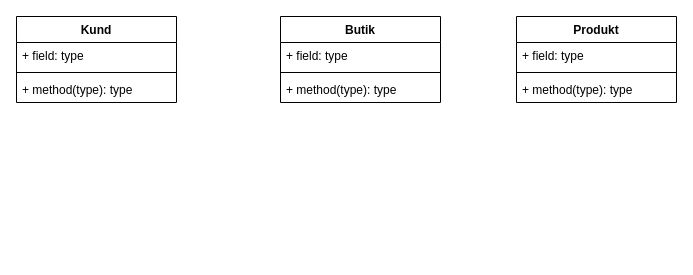
This is Labb2.drawio from pinkros/Labb2, a draw.io file, before an edit. Source tidied: cells renumbered, new cells numbered last; positions are measured from the earlier drawing's top-left corner, leaving out a move shared by most shapes. Both pictures are drawn from the tidied source at 100%, with x=0, y=0 at pixel (16, 16).
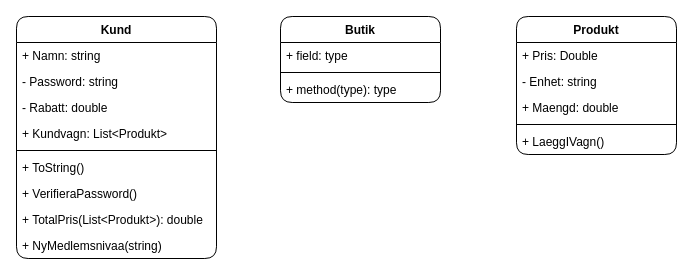
The same diagram, later.

Diff of the diagram source:
```diff
@@
-    <mxCell id="2" value="Butik" style="swimlane;fontStyle=1;align=center;verticalAlign=top;horizontal=1;startSize=26;" parent="1" vertex="1">
+    <mxCell id="2" value="Butik" style="swimlane;fontStyle=1;align=center;verticalAlign=top;horizontal=1;startSize=26;rounded=1;" parent="1" vertex="1">
       <mxGeometry x="264" width="160" height="86" as="geometry" />
     </mxCell>
-    <mxCell id="3" value="+ field: type" style="text;strokeColor=none;fillColor=none;align=left;verticalAlign=top;spacingLeft=4;spacingRight=4;overflow=hidden;" parent="2" vertex="1">
+    <mxCell id="3" value="+ field: type" style="text;strokeColor=none;fillColor=none;align=left;verticalAlign=top;spacingLeft=4;spacingRight=4;overflow=hidden;rounded=1;" parent="2" vertex="1">
       <mxGeometry y="26" width="160" height="26" as="geometry" />
     </mxCell>
-    <mxCell id="4" style="line;strokeWidth=1;fillColor=none;align=left;verticalAlign=middle;spacingTop=-1;spacingLeft=3;spacingRight=3;labelPosition=right;strokeColor=inherit;" parent="2" vertex="1">
+    <mxCell id="4" style="line;strokeWidth=1;fillColor=none;align=left;verticalAlign=middle;spacingTop=-1;spacingLeft=3;spacingRight=3;labelPosition=right;strokeColor=inherit;rounded=1;" parent="2" vertex="1">
       <mxGeometry y="52" width="160" height="8" as="geometry" />
     </mxCell>
-    <mxCell id="5" value="+ method(type): type" style="text;strokeColor=none;fillColor=none;align=left;verticalAlign=top;spacingLeft=4;spacingRight=4;overflow=hidden;" parent="2" vertex="1">
+    <mxCell id="5" value="+ method(type): type" style="text;strokeColor=none;fillColor=none;align=left;verticalAlign=top;spacingLeft=4;spacingRight=4;overflow=hidden;rounded=1;" parent="2" vertex="1">
       <mxGeometry y="60" width="160" height="26" as="geometry" />
     </mxCell>
-    <mxCell id="6" value="Produkt" style="swimlane;fontStyle=1;align=center;verticalAlign=top;horizontal=1;startSize=26;" parent="1" vertex="1">
-      <mxGeometry x="500" width="160" height="86" as="geometry" />
+    <mxCell id="6" value="Produkt" style="swimlane;fontStyle=1;align=center;verticalAlign=top;horizontal=1;startSize=26;rounded=1;" parent="1" vertex="1">
+      <mxGeometry x="500" width="160" height="138" as="geometry" />
     </mxCell>
-    <mxCell id="7" value="+ field: type" style="text;strokeColor=none;fillColor=none;align=left;verticalAlign=top;spacingLeft=4;spacingRight=4;overflow=hidden;" parent="6" vertex="1">
+    <mxCell id="7" value="+ Pris: Double" style="text;strokeColor=none;fillColor=none;align=left;verticalAlign=top;spacingLeft=4;spacingRight=4;overflow=hidden;rounded=1;" parent="6" vertex="1">
       <mxGeometry y="26" width="160" height="26" as="geometry" />
     </mxCell>
+    <mxCell id="14" value="- Enhet: string" style="text;strokeColor=none;fillColor=none;align=left;verticalAlign=top;spacingLeft=4;spacingRight=4;overflow=hidden;rounded=1;" parent="6" vertex="1">
+      <mxGeometry y="52" width="160" height="26" as="geometry" />
+    </mxCell>
+    <mxCell id="15" value="+ Maengd: double" style="text;strokeColor=none;fillColor=none;align=left;verticalAlign=top;spacingLeft=4;spacingRight=4;overflow=hidden;rounded=1;" parent="6" vertex="1">
+      <mxGeometry y="78" width="160" height="26" as="geometry" />
+    </mxCell>
-    <mxCell id="8" style="line;strokeWidth=1;fillColor=none;align=left;verticalAlign=middle;spacingTop=-1;spacingLeft=3;spacingRight=3;labelPosition=right;strokeColor=inherit;" parent="6" vertex="1">
-      <mxGeometry y="52" width="160" height="8" as="geometry" />
+    <mxCell id="8" style="line;strokeWidth=1;fillColor=none;align=left;verticalAlign=middle;spacingTop=-1;spacingLeft=3;spacingRight=3;labelPosition=right;strokeColor=inherit;rounded=1;" parent="6" vertex="1">
+      <mxGeometry y="104" width="160" height="8" as="geometry" />
     </mxCell>
-    <mxCell id="9" value="+ method(type): type" style="text;strokeColor=none;fillColor=none;align=left;verticalAlign=top;spacingLeft=4;spacingRight=4;overflow=hidden;" parent="6" vertex="1">
-      <mxGeometry y="60" width="160" height="26" as="geometry" />
+    <mxCell id="9" value="+ LaeggIVagn()" style="text;strokeColor=none;fillColor=none;align=left;verticalAlign=top;spacingLeft=4;spacingRight=4;overflow=hidden;rounded=1;" parent="6" vertex="1">
+      <mxGeometry y="112" width="160" height="26" as="geometry" />
     </mxCell>
-    <mxCell id="10" value="Kund" style="swimlane;fontStyle=1;align=center;verticalAlign=top;horizontal=1;startSize=26;" parent="1" vertex="1">
-      <mxGeometry width="160" height="86" as="geometry" />
+    <mxCell id="10" value="Kund" style="swimlane;fontStyle=1;align=center;verticalAlign=top;horizontal=1;startSize=26;rounded=1;" parent="1" vertex="1">
+      <mxGeometry width="200" height="242" as="geometry" />
     </mxCell>
-    <mxCell id="11" value="+ field: type" style="text;strokeColor=none;fillColor=none;align=left;verticalAlign=top;spacingLeft=4;spacingRight=4;overflow=hidden;" parent="10" vertex="1">
-      <mxGeometry y="26" width="160" height="26" as="geometry" />
+    <mxCell id="11" value="+ Namn: string    " style="text;strokeColor=none;fillColor=none;align=left;verticalAlign=top;spacingLeft=4;spacingRight=4;overflow=hidden;rounded=1;" parent="10" vertex="1">
+      <mxGeometry y="26" width="200" height="26" as="geometry" />
     </mxCell>
+    <mxCell id="16" value="- Password: string" style="text;strokeColor=none;fillColor=none;align=left;verticalAlign=top;spacingLeft=4;spacingRight=4;overflow=hidden;rounded=1;" parent="10" vertex="1">
+      <mxGeometry y="52" width="200" height="26" as="geometry" />
+    </mxCell>
+    <mxCell id="17" value="- Rabatt: double    " style="text;strokeColor=none;fillColor=none;align=left;verticalAlign=top;spacingLeft=4;spacingRight=4;overflow=hidden;rounded=1;" parent="10" vertex="1">
+      <mxGeometry y="78" width="200" height="26" as="geometry" />
+    </mxCell>
+    <mxCell id="18" value="+ Kundvagn: List&lt;Produkt&gt;" style="text;strokeColor=none;fillColor=none;align=left;verticalAlign=top;spacingLeft=4;spacingRight=4;overflow=hidden;rounded=1;" parent="10" vertex="1">
+      <mxGeometry y="104" width="200" height="26" as="geometry" />
+    </mxCell>
-    <mxCell id="12" style="line;strokeWidth=1;fillColor=none;align=left;verticalAlign=middle;spacingTop=-1;spacingLeft=3;spacingRight=3;labelPosition=right;strokeColor=inherit;" parent="10" vertex="1">
-      <mxGeometry y="52" width="160" height="8" as="geometry" />
+    <mxCell id="12" style="line;strokeWidth=1;fillColor=none;align=left;verticalAlign=middle;spacingTop=-1;spacingLeft=3;spacingRight=3;labelPosition=right;strokeColor=inherit;rounded=1;" parent="10" vertex="1">
+      <mxGeometry y="130" width="200" height="8" as="geometry" />
     </mxCell>
-    <mxCell id="13" value="+ method(type): type" style="text;strokeColor=none;fillColor=none;align=left;verticalAlign=top;spacingLeft=4;spacingRight=4;overflow=hidden;" parent="10" vertex="1">
-      <mxGeometry y="60" width="160" height="26" as="geometry" />
+    <mxCell id="13" value="+ ToString()&#10;" style="text;strokeColor=none;fillColor=none;align=left;verticalAlign=top;spacingLeft=4;spacingRight=4;overflow=hidden;rounded=1;" parent="10" vertex="1">
+      <mxGeometry y="138" width="200" height="26" as="geometry" />
     </mxCell>
+    <mxCell id="19" value="+ VerifieraPassword()    " style="text;strokeColor=none;fillColor=none;align=left;verticalAlign=top;spacingLeft=4;spacingRight=4;overflow=hidden;rounded=1;" parent="10" vertex="1">
+      <mxGeometry y="164" width="200" height="26" as="geometry" />
+    </mxCell>
+    <mxCell id="20" value="+ TotalPris(List&lt;Produkt&gt;): double" style="text;strokeColor=none;fillColor=none;align=left;verticalAlign=top;spacingLeft=4;spacingRight=4;overflow=hidden;rounded=1;" parent="10" vertex="1">
+      <mxGeometry y="190" width="200" height="26" as="geometry" />
+    </mxCell>
+    <mxCell id="21" value="+ NyMedlemsnivaa(string)" style="text;strokeColor=none;fillColor=none;align=left;verticalAlign=top;spacingLeft=4;spacingRight=4;overflow=hidden;rounded=1;" parent="10" vertex="1">
+      <mxGeometry y="216" width="200" height="26" as="geometry" />
+    </mxCell>
```
